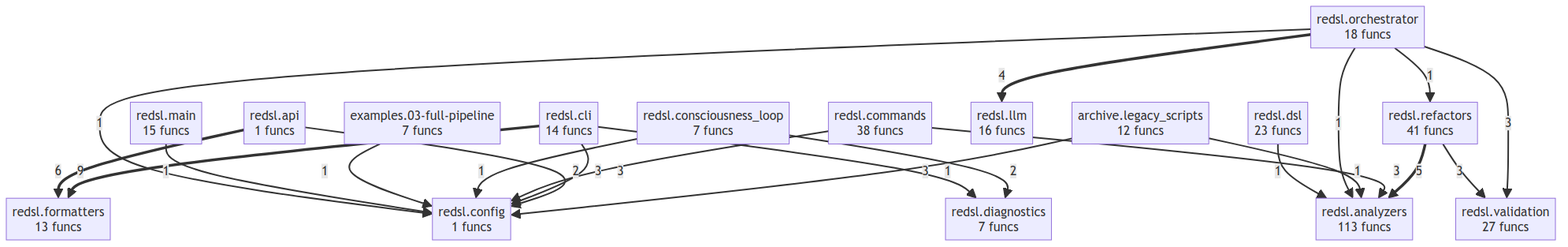
Above: project/compact_flow.png in wronai/redsl (Mermaid), before the change. Its source is kept beside it as project/compact_flow.mmd. Source of this version:
```mermaid
flowchart TD
    archive__legacy_scripts["archive.legacy_scripts<br/>12 funcs"]
    examples__03_full_pipeline["examples.03-full-pipeline<br/>7 funcs"]
    redsl__analyzers["redsl.analyzers<br/>113 funcs"]
    redsl__api["redsl.api<br/>1 funcs"]
    redsl__cli["redsl.cli<br/>14 funcs"]
    redsl__commands["redsl.commands<br/>38 funcs"]
    redsl__config["redsl.config<br/>1 funcs"]
    redsl__consciousness_loop["redsl.consciousness_loop<br/>7 funcs"]
    redsl__diagnostics["redsl.diagnostics<br/>7 funcs"]
    redsl__dsl["redsl.dsl<br/>23 funcs"]
    redsl__formatters["redsl.formatters<br/>13 funcs"]
    redsl__llm["redsl.llm<br/>16 funcs"]
    redsl__main["redsl.main<br/>15 funcs"]
    redsl__orchestrator["redsl.orchestrator<br/>18 funcs"]
    redsl__refactors["redsl.refactors<br/>41 funcs"]
    redsl__validation["redsl.validation<br/>27 funcs"]
    redsl__cli ==>|9| redsl__formatters
    redsl__api ==>|6| redsl__formatters
    redsl__refactors ==>|5| redsl__analyzers
    redsl__orchestrator ==>|4| redsl__llm
    archive__legacy_scripts -->|3| redsl__config
    redsl__orchestrator -->|3| redsl__validation
    redsl__commands -->|3| redsl__analyzers
    redsl__refactors -->|3| redsl__validation
    redsl__api -->|3| redsl__config
    redsl__cli -->|3| redsl__config
    redsl__consciousness_loop -->|2| redsl__diagnostics
    redsl__commands -->|2| redsl__config
    archive__legacy_scripts -->|1| redsl__analyzers
    redsl__consciousness_loop -->|1| redsl__config
    examples__03_full_pipeline -->|1| redsl__config
    redsl__main -->|1| redsl__config
    redsl__orchestrator -->|1| redsl__config
    redsl__orchestrator -->|1| redsl__analyzers
    redsl__orchestrator -->|1| redsl__refactors
    redsl__dsl -->|1| redsl__analyzers
    redsl__cli -->|1| redsl__diagnostics
```
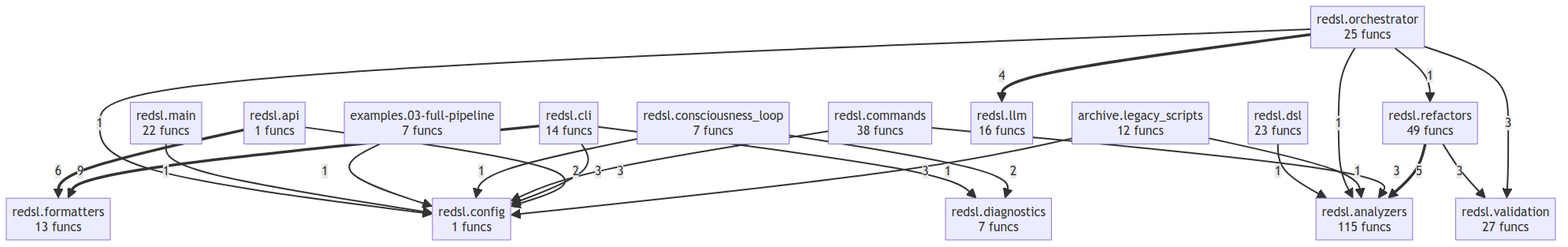
Later version of the same file.

Diff of the diagram source:
```diff
@@ -1,7 +1,7 @@
 flowchart TD
     archive__legacy_scripts["archive.legacy_scripts<br/>12 funcs"]
     examples__03_full_pipeline["examples.03-full-pipeline<br/>7 funcs"]
-    redsl__analyzers["redsl.analyzers<br/>113 funcs"]
+    redsl__analyzers["redsl.analyzers<br/>115 funcs"]
     redsl__api["redsl.api<br/>1 funcs"]
     redsl__cli["redsl.cli<br/>14 funcs"]
     redsl__commands["redsl.commands<br/>38 funcs"]
@@ -11,9 +11,9 @@
     redsl__dsl["redsl.dsl<br/>23 funcs"]
     redsl__formatters["redsl.formatters<br/>13 funcs"]
     redsl__llm["redsl.llm<br/>16 funcs"]
-    redsl__main["redsl.main<br/>15 funcs"]
-    redsl__orchestrator["redsl.orchestrator<br/>18 funcs"]
-    redsl__refactors["redsl.refactors<br/>41 funcs"]
+    redsl__main["redsl.main<br/>22 funcs"]
+    redsl__orchestrator["redsl.orchestrator<br/>25 funcs"]
+    redsl__refactors["redsl.refactors<br/>49 funcs"]
     redsl__validation["redsl.validation<br/>27 funcs"]
     redsl__cli ==>|9| redsl__formatters
     redsl__api ==>|6| redsl__formatters
```
